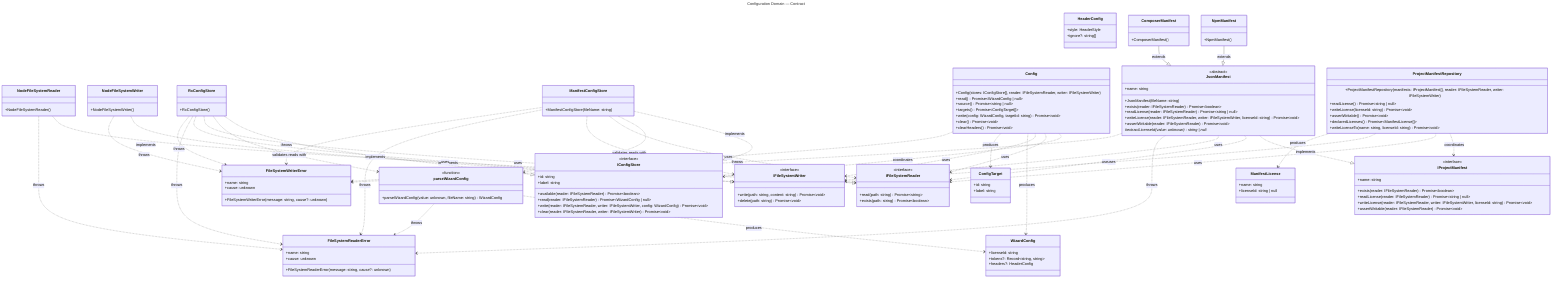
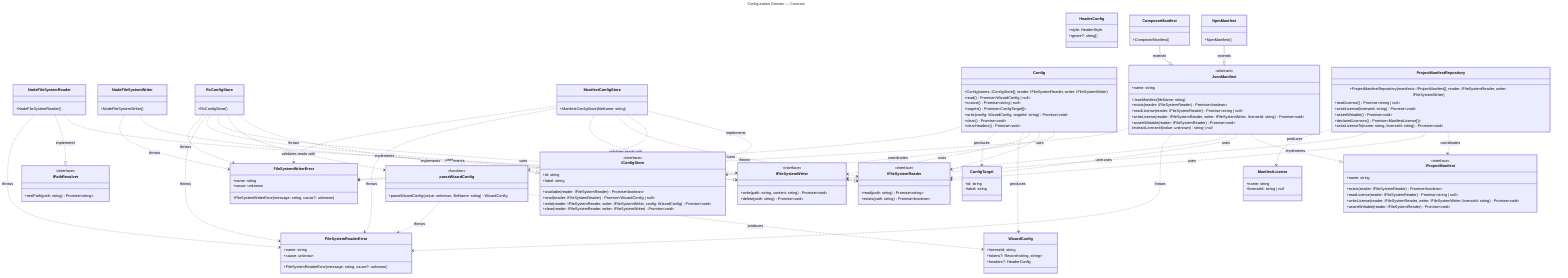
---
title: Configuration Domain — Contract
---
classDiagram
  direction TB

  %% Domain: Configuration (src/configuration)
  %% Focused per-domain view extracted from ../class-diagram.mmd.
  %% Shows ONLY Configuration-domain classes and their intra-domain relationships.
  %% Cross-domain relationships (consumed by the bootstrap, Licensing, Headers and
  %% Verify; HeaderConfig references HeaderStyle from Headers) are intentionally
  %% omitted — see ../class-diagram.mmd for the full picture.
  %%
  %% HeaderConfig belongs to this domain but its only relationship (to HeaderStyle)
  %% crosses into Headers, so it appears here without intra-domain edges.

  class IFileSystemReader {
    <<interface>>
    +read(path: string) Promise~string~
    +exists(path: string) Promise~boolean~
+   }
+ 
+   class IPathResolver {
+     <<interface>>
+     +realPath(path: string) Promise~string~
  }

  class IFileSystemWriter {
    <<interface>>
    +write(path: string, content: string) Promise~void~
    +delete(path: string) Promise~void~
  }

  class NodeFileSystemReader {
    +NodeFileSystemReader()
  }

  class NodeFileSystemWriter {
    +NodeFileSystemWriter()
  }

  class FileSystemReaderError {
    +name: string
    +cause: unknown
    +FileSystemReaderError(message: string, cause?: unknown)
  }

  class FileSystemWriterError {
    +name: string
    +cause: unknown
    +FileSystemWriterError(message: string, cause?: unknown)
  }

  class WizardConfig {
    +licenseId: string
    +tokens?: Record~string, string~
    +headers?: HeaderConfig
  }

  class HeaderConfig {
    +style: HeaderStyle
    +ignore?: string[]
  }

  %% Module-level validator co-located with WizardConfig; the config stores run
  %% every parsed config through it on read so a malformed file is rejected
  %% (named) up front instead of casting unchecked.
  class parseWizardConfig {
    <<function>>
    +parseWizardConfig(value: unknown, fileName: string) WizardConfig
  }

  class ConfigTarget {
    +id: string
    +label: string
  }

  class IConfigStore {
    <<interface>>
    +id: string
    +label: string
    +available(reader: IFileSystemReader) Promise~boolean~
    +read(reader: IFileSystemReader) Promise~WizardConfig | null~
    +write(reader: IFileSystemReader, writer: IFileSystemWriter, config: WizardConfig) Promise~void~
    +clear(reader: IFileSystemReader, writer: IFileSystemWriter) Promise~void~
  }

  class RcConfigStore {
    +RcConfigStore()
  }

  class ManifestConfigStore {
    +ManifestConfigStore(fileName: string)
  }

  class Config {
    +Config(stores: IConfigStore[], reader: IFileSystemReader, writer: IFileSystemWriter)
    +read() Promise~WizardConfig | null~
    +source() Promise~string | null~
    +targets() Promise~ConfigTarget[]~
    +write(config: WizardConfig, targetId: string) Promise~void~
    +clear() Promise~void~
    +clearHeaders() Promise~void~
  }

  class IProjectManifest {
    <<interface>>
    +name: string
    +exists(reader: IFileSystemReader) Promise~boolean~
    +readLicense(reader: IFileSystemReader) Promise~string | null~
    +writeLicense(reader: IFileSystemReader, writer: IFileSystemWriter, licenseId: string) Promise~void~
    +assertWritable(reader: IFileSystemReader) Promise~void~
  }

  class JsonManifest {
    <<abstract>>
    +JsonManifest(fileName: string)
    +name: string
    +exists(reader: IFileSystemReader) Promise~boolean~
    +readLicense(reader: IFileSystemReader) Promise~string | null~
    +writeLicense(reader: IFileSystemReader, writer: IFileSystemWriter, licenseId: string) Promise~void~
    +assertWritable(reader: IFileSystemReader) Promise~void~
    #extractLicenseId(value: unknown)* string | null
  }

  class NpmManifest {
    +NpmManifest()
  }

  class ComposerManifest {
    +ComposerManifest()
  }

  class ProjectManifestRepository {
    +ProjectManifestRepository(manifests: IProjectManifest[], reader: IFileSystemReader, writer: IFileSystemWriter)
    +readLicense() Promise~string | null~
    +writeLicense(licenseId: string) Promise~void~
    +assertWritable() Promise~void~
    +declaredLicenses() Promise~ManifestLicense[]~
    +writeLicenseTo(name: string, licenseId: string) Promise~void~
  }

  class ManifestLicense {
    +name: string
    +licenseId: string | null
  }

  NodeFileSystemReader ..|> IFileSystemReader : implements
+   NodeFileSystemReader ..|> IPathResolver : implements
  NodeFileSystemWriter ..|> IFileSystemWriter : implements
  NodeFileSystemReader ..> FileSystemReaderError : throws
  NodeFileSystemWriter ..> FileSystemWriterError : throws
  Config ..> IConfigStore : coordinates
  Config ..> IFileSystemReader : uses
  Config ..> IFileSystemWriter : uses
  Config ..> WizardConfig : produces
  Config ..> ConfigTarget : produces
  Config ..> FileSystemWriterError : throws
  RcConfigStore ..|> IConfigStore : implements
  ManifestConfigStore ..|> IConfigStore : implements
  RcConfigStore ..> parseWizardConfig : validates reads with
  ManifestConfigStore ..> parseWizardConfig : validates reads with
  parseWizardConfig ..> WizardConfig : produces
  parseWizardConfig ..> FileSystemReaderError : throws
  RcConfigStore ..> IFileSystemReader : uses
  RcConfigStore ..> IFileSystemWriter : uses
  RcConfigStore ..> FileSystemReaderError : throws
  RcConfigStore ..> FileSystemWriterError : throws
  ManifestConfigStore ..> IFileSystemReader : uses
  ManifestConfigStore ..> IFileSystemWriter : uses
  ManifestConfigStore ..> FileSystemReaderError : throws
  ManifestConfigStore ..> FileSystemWriterError : throws
  JsonManifest ..|> IProjectManifest : implements
  NpmManifest --|> JsonManifest : extends
  ComposerManifest --|> JsonManifest : extends
  JsonManifest ..> IFileSystemReader : uses
  JsonManifest ..> IFileSystemWriter : uses
  JsonManifest ..> FileSystemReaderError : throws
  JsonManifest ..> FileSystemWriterError : throws
  ProjectManifestRepository ..> IProjectManifest : coordinates
  ProjectManifestRepository ..> IFileSystemReader : uses
  ProjectManifestRepository ..> IFileSystemWriter : uses
  ProjectManifestRepository ..> ManifestLicense : produces
